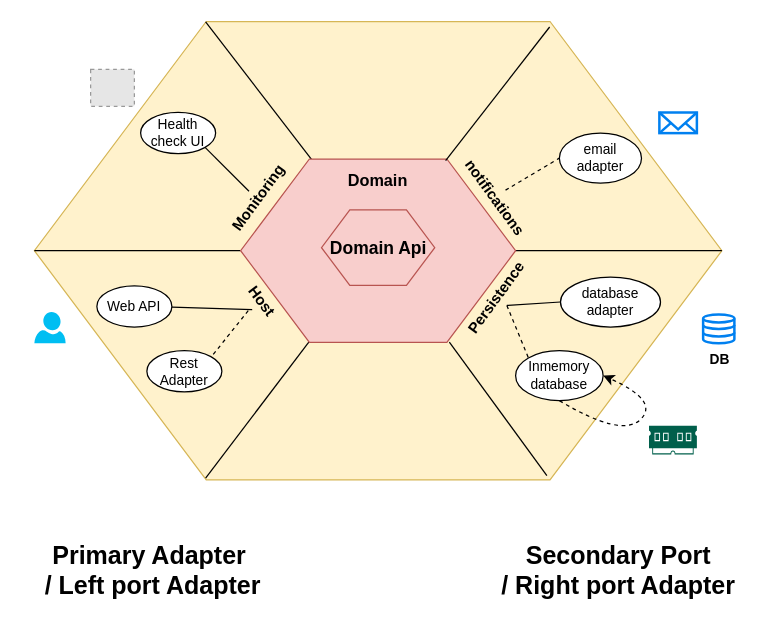
Before: docs/img/hexagonal-arch.drawio in Amitpnk/Hexagonal-architecture-ASP.NET-Core, a draw.io diagram. Source tidied: cells renumbered, new cells numbered last; positions are measured from the earlier drawing's top-left corner, leaving out a move shared by most shapes. Both pictures are drawn from the tidied source at 125%, with x=0, y=0 at pixel (21, 21). Pictures stored in the file or linked from it are replaced by grey dashed boxes.
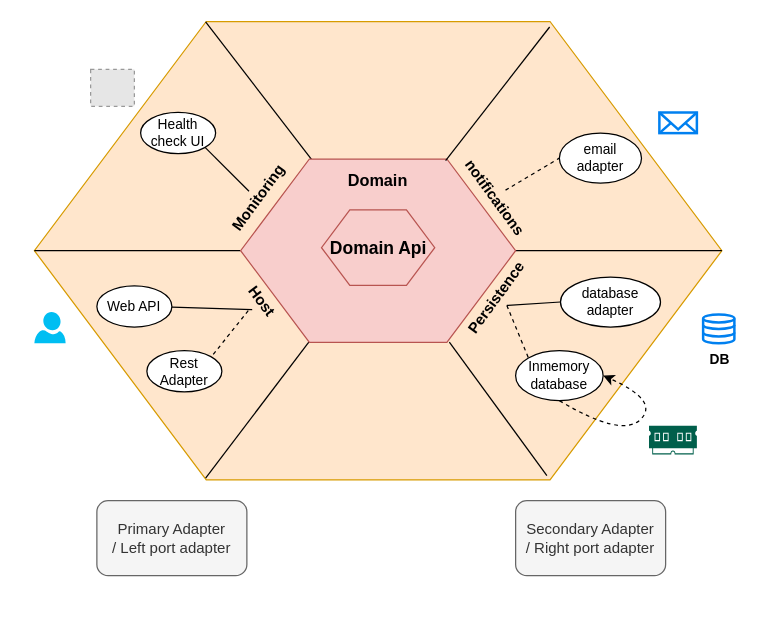
After the change.

Commit message (it also covers changes not shown here):
docs: arch diagram

Diff of the diagram source:
```diff
@@
-    <mxCell id="2" style="shape=hexagon;perimeter=hexagonPerimeter2;whiteSpace=wrap;html=1;fillColor=#fff2cc;strokeColor=#d6b656;" parent="1" vertex="1">
+    <mxCell id="2" style="shape=hexagon;perimeter=hexagonPerimeter2;whiteSpace=wrap;html=1;fillColor=#ffe6cc;strokeColor=#d79b00;" parent="1" vertex="1">
       <mxGeometry x="10" y="-0.3" width="550" height="366.7" as="geometry" />
     </mxCell>
@@
-    <mxCell id="34" value="Primary Adapter&amp;nbsp;&lt;br&gt;/ Left port Adapter" style="text;html=1;strokeColor=none;fillColor=none;align=center;verticalAlign=middle;whiteSpace=wrap;rounded=0;fontSize=20;fontStyle=1;" parent="1" vertex="1">
-      <mxGeometry y="433" width="210" height="10" as="geometry" />
-    </mxCell>
-    <mxCell id="35" value="Secondary Port&lt;br&gt;/ Right port Adapter" style="text;html=1;strokeColor=none;fillColor=none;align=center;verticalAlign=middle;whiteSpace=wrap;rounded=0;fontSize=20;fontStyle=1;" parent="1" vertex="1">
-      <mxGeometry x="375.4" y="433" width="204.6" height="10" as="geometry" />
-    </mxCell>
+    <mxCell id="36" value="Primary Adapter&lt;br&gt;/ Left port adapter" style="rounded=1;whiteSpace=wrap;html=1;fontSize=12;fillColor=#f5f5f5;strokeColor=#666666;fontColor=#333333;" parent="1" vertex="1">
+      <mxGeometry x="60" y="383" width="120" height="60" as="geometry" />
+    </mxCell>
+    <mxCell id="37" value="Secondary Adapter&lt;br&gt;/ Right port adapter" style="rounded=1;whiteSpace=wrap;html=1;fontSize=12;fillColor=#f5f5f5;strokeColor=#666666;fontColor=#333333;" parent="1" vertex="1">
+      <mxGeometry x="395" y="383" width="120" height="60" as="geometry" />
+    </mxCell>
```
